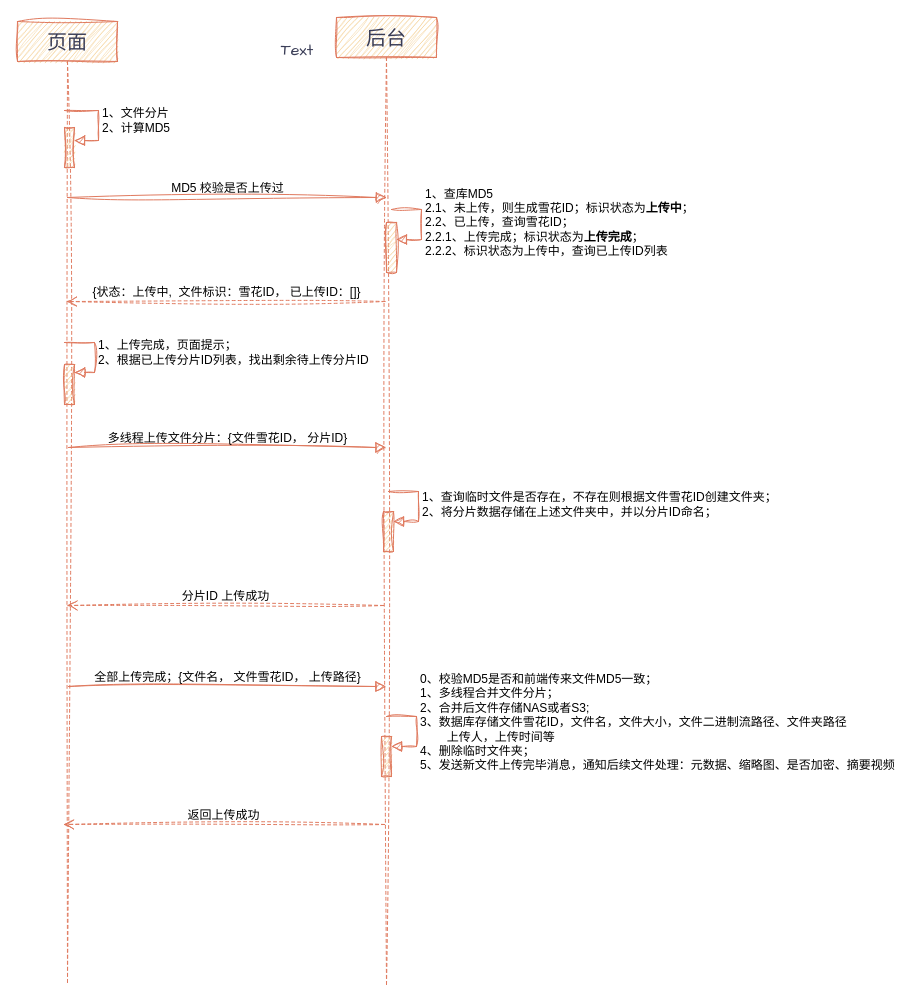
This is page "上传逻辑" (1 of 4) of 未命名绘图.drawio from Utihbi/pics, a draw.io file, before an edit. Source tidied: cells renumbered, new cells numbered last; positions are measured from the earlier drawing's top-left corner, leaving out a move shared by most shapes. Both pictures are drawn from the tidied source at 100%, with x=0, y=0 at pixel (17, 17).
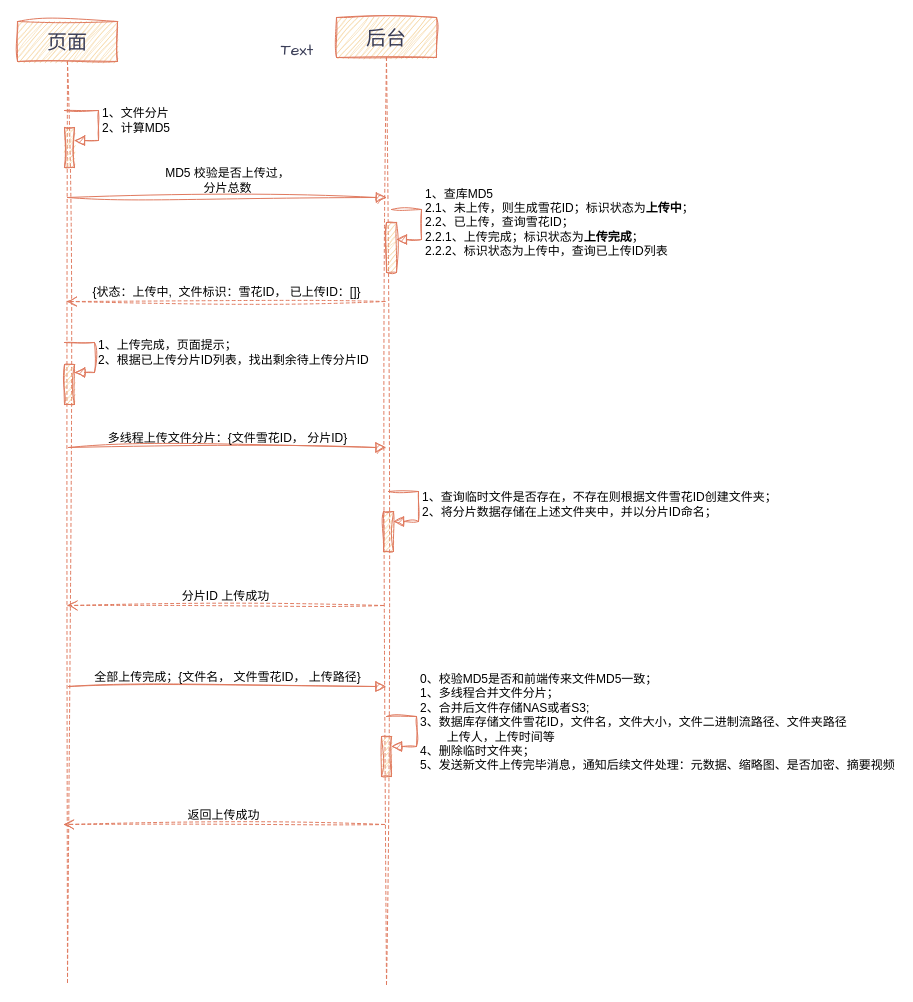
After the change.

Commit message:
更新未命名绘图.drawio

What changed in the source:
```diff
@@
-    <mxCell id="15" value="MD5 校验是否上传过" style="html=1;verticalAlign=bottom;endArrow=block;curved=0;rounded=0;fontSize=12;startSize=8;endSize=8;sketch=1;curveFitting=1;jiggle=2;labelBackgroundColor=none;strokeColor=#E07A5F;fontColor=default;" parent="1" edge="1">
+    <mxCell id="15" value="MD5 校验是否上传过，&lt;div&gt;分片总数&lt;/div&gt;" style="html=1;verticalAlign=bottom;endArrow=block;curved=0;rounded=0;fontSize=12;startSize=8;endSize=8;sketch=1;curveFitting=1;jiggle=2;labelBackgroundColor=none;strokeColor=#E07A5F;fontColor=default;" parent="1" edge="1">
       <mxGeometry relative="1" as="geometry">
         <mxPoint x="50" y="180" as="sourcePoint" />
         <mxPoint x="369" y="180" as="targetPoint" />
       </mxGeometry>
     </mxCell>
```
